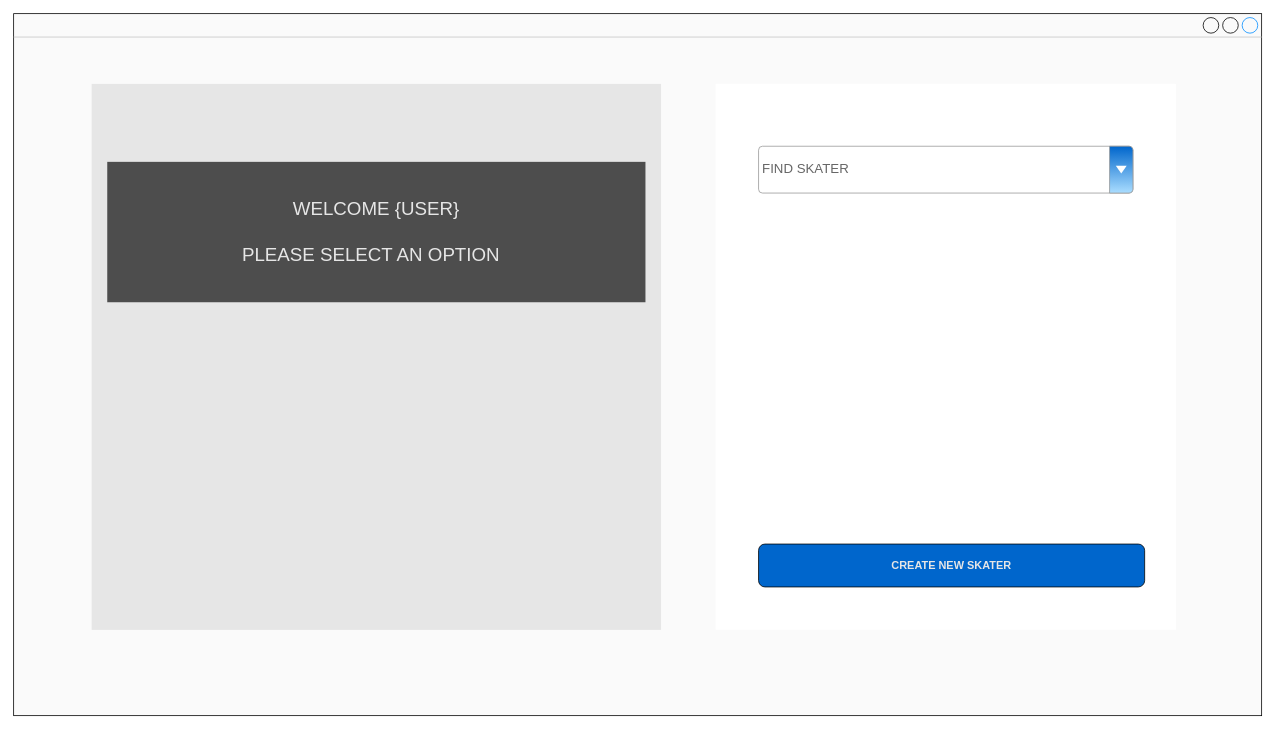
The draw.io diagram page "ADMIN HOME DESKTOP" (13 of 22) of SkaterPatchTimeApp.drawio in neilbenjamin/SkaterPatchTime, before the edit. Source tidied: cells renumbered, new cells numbered last; positions are measured from the earlier drawing's top-left corner, leaving out a move shared by most shapes. Both pictures are drawn from the tidied source at 78%, with x=0, y=0 at pixel (13, 13).
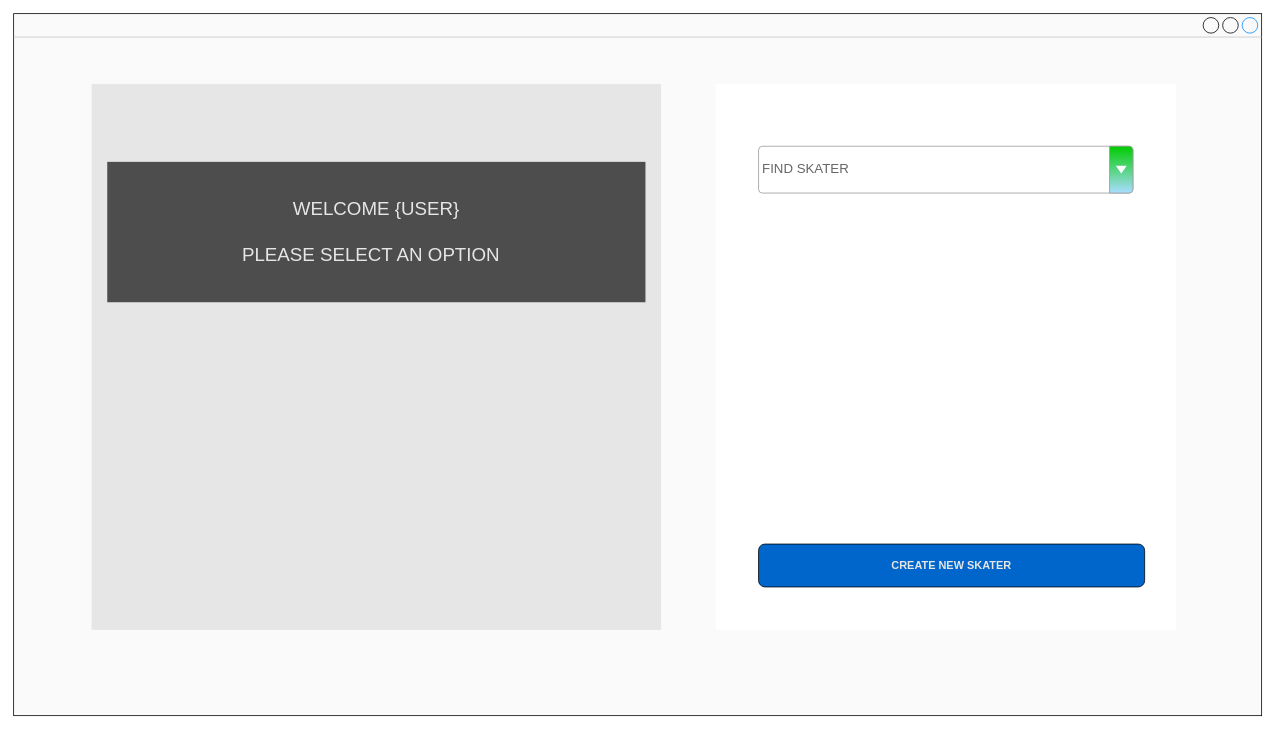
The same diagram, later.

Change to the diagram source:
```diff
@@
 <mxGraphModel>
   <root>
     <mxCell id="0" />
     <mxCell id="1" parent="0" />
     <mxCell id="2" style="strokeWidth=1;shadow=0;dashed=0;align=center;html=1;shape=mxgraph.mockup.containers.window;align=left;verticalAlign=top;spacingLeft=8;strokeColor2=#008cff;strokeColor3=#c4c4c4;mainText=;fontSize=15;labelBackgroundColor=none;whiteSpace=wrap;fillColor=#FAFAFA;" parent="1" vertex="1">
       <mxGeometry width="1600" height="900" as="geometry" />
     </mxCell>
     <mxCell id="3" style="whiteSpace=wrap;html=1;strokeColor=none;fillColor=#E6E6E6;" parent="1" vertex="1">
       <mxGeometry x="100" y="90" width="730" height="700" as="geometry" />
     </mxCell>
     <mxCell id="4" value="&lt;font style=&quot;font-size: 24px;&quot;&gt;WELCOME {USER}&lt;br&gt;&lt;br&gt;PLEASE SELECT AN OPTION&amp;nbsp;&amp;nbsp;&lt;/font&gt;" style="whiteSpace=wrap;html=1;strokeColor=none;fontColor=#E6E6E6;fillColor=#4D4D4D;" parent="1" vertex="1">
       <mxGeometry x="120" y="190" width="690" height="180" as="geometry" />
     </mxCell>
     <mxCell id="5" style="strokeWidth=1;shadow=0;dashed=0;align=center;html=1;shape=mxgraph.mockup.forms.rrect;rSize=0;strokeColor=none;fillColor=#ffffff;" parent="1" vertex="1">
       <mxGeometry x="900" y="90" width="590" height="700" as="geometry" />
     </mxCell>
     <mxCell id="6" style="strokeWidth=1;shadow=0;dashed=0;align=center;html=1;shape=mxgraph.mockup.forms.anchor;fontSize=12;fontColor=#666666;align=left;spacingLeft=0;" parent="5" vertex="1">
       <mxGeometry y="1" width="442.5" height="20" relative="1" as="geometry">
         <mxPoint x="10" y="-70" as="offset" />
       </mxGeometry>
     </mxCell>
-    <mxCell id="7" value="FIND SKATER" style="strokeWidth=1;shadow=0;dashed=0;align=center;html=1;shape=mxgraph.mockup.forms.comboBox;strokeColor=#999999;fillColor=#0066CC;align=left;fillColor2=#aaddff;mainText=;fontColor=#666666;fontSize=17;spacingLeft=3;" parent="5" vertex="1">
+    <mxCell id="7" value="FIND SKATER" style="strokeWidth=1;shadow=0;dashed=0;align=center;html=1;shape=mxgraph.mockup.forms.comboBox;strokeColor=#999999;fillColor=#00CC00;align=left;fillColor2=#aaddff;mainText=;fontColor=#666666;fontSize=17;spacingLeft=3;" parent="5" vertex="1">
       <mxGeometry x="55" y="80" width="480" height="60" as="geometry" />
     </mxCell>
     <mxCell id="8" value="&lt;font style=&quot;font-size: 14px;&quot;&gt;&lt;b&gt;CREATE NEW SKATER&lt;/b&gt;&lt;/font&gt;" style="whiteSpace=wrap;html=1;fontSize=12;fontStyle=0;fontColor=#E6E6E6;fillColor=#0066CC;rounded=1;" parent="5" vertex="1">
       <mxGeometry x="55" y="590" width="495" height="55" as="geometry" />
     </mxCell>
   </root>
 </mxGraphModel>
```
